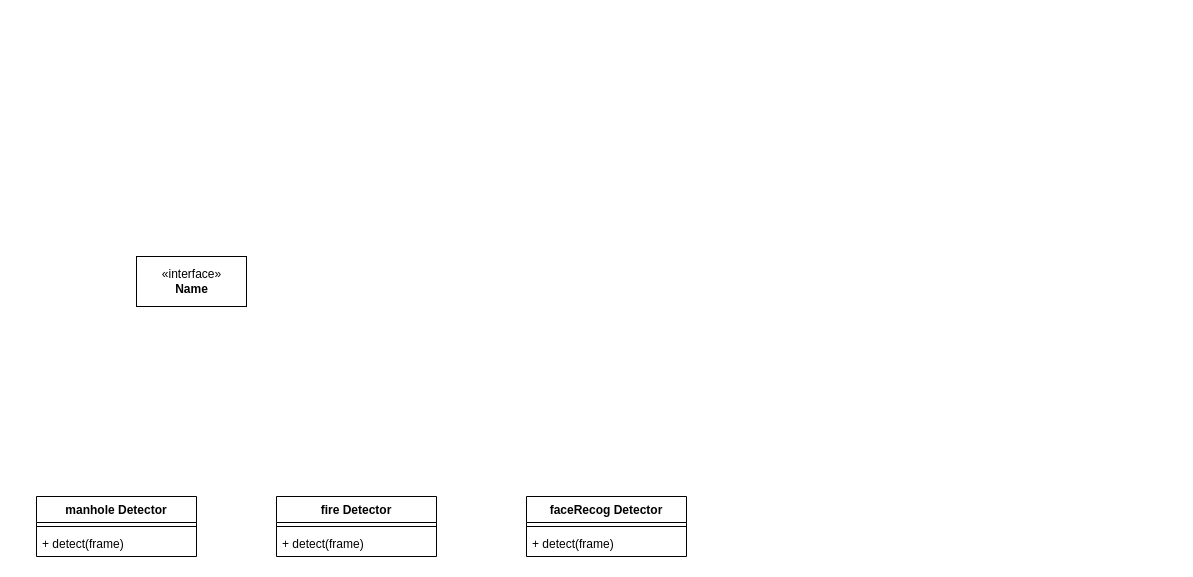
Above: 未命名绘图.drawio in GithubWangXiaoXi/draw-io (draw.io), before the change. Source tidied: cells renumbered, new cells numbered last; positions are measured from the earlier drawing's top-left corner, leaving out a move shared by most shapes. Both pictures are drawn from the tidied source at 100%, with x=0, y=0 at pixel (36, 256).
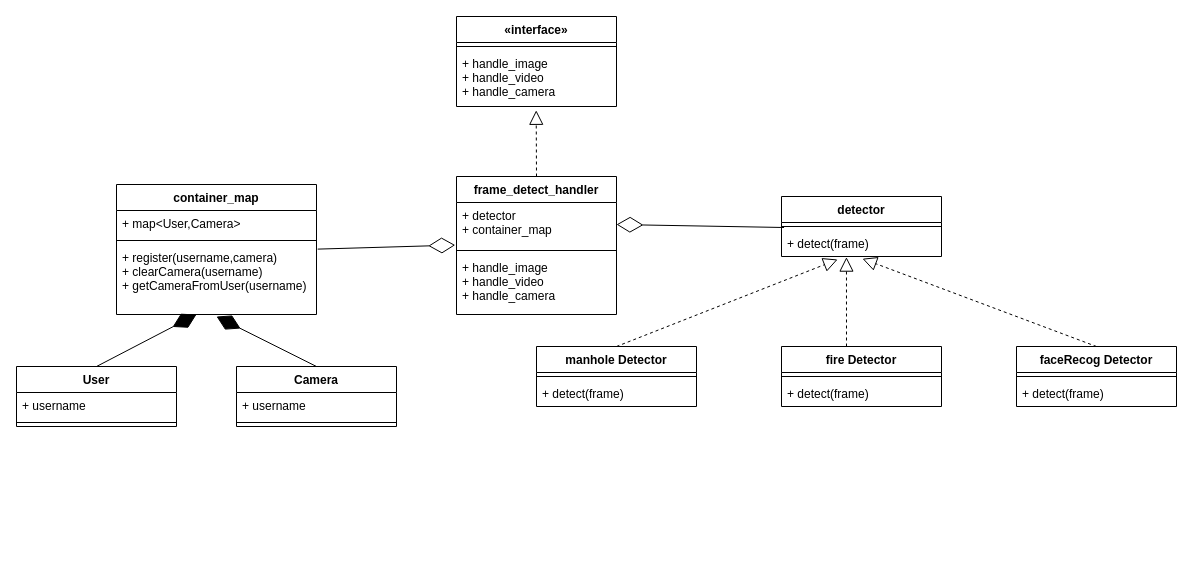
The same page after the edit.

Commit message (it also covers changes not shown here):
更新未命名绘图.drawio

Change to the diagram source:
```diff
@@
     <mxCell id="2" value="manhole Detector" style="swimlane;fontStyle=1;align=center;verticalAlign=top;horizontal=1;startSize=26;" parent="1" vertex="1">
-      <mxGeometry y="240" width="160" height="60" as="geometry" />
+      <mxGeometry x="500" y="90" width="160" height="60" as="geometry" />
     </mxCell>
@@
     <mxCell id="5" value="fire Detector" style="swimlane;fontStyle=1;align=center;verticalAlign=top;horizontal=1;startSize=26;" parent="1" vertex="1">
-      <mxGeometry x="240" y="240" width="160" height="60" as="geometry" />
+      <mxGeometry x="745" y="90" width="160" height="60" as="geometry" />
     </mxCell>
@@
     <mxCell id="8" value="faceRecog Detector" style="swimlane;fontStyle=1;align=center;verticalAlign=top;horizontal=1;startSize=26;" parent="1" vertex="1">
-      <mxGeometry x="490" y="240" width="160" height="60" as="geometry" />
+      <mxGeometry x="980" y="90" width="160" height="60" as="geometry" />
     </mxCell>
@@
-    <mxCell id="11" value="&amp;laquo;interface&amp;raquo;&lt;br&gt;&lt;b&gt;Name&lt;/b&gt;" style="html=1;" parent="1" vertex="1">
-      <mxGeometry x="100" width="110" height="50" as="geometry" />
-    </mxCell>
+    <mxCell id="12" value="«interface»&#10;" style="swimlane;fontStyle=1;align=center;verticalAlign=top;horizontal=1;startSize=26;" parent="1" vertex="1">
+      <mxGeometry x="420" y="-240" width="160" height="90" as="geometry" />
+    </mxCell>
+    <mxCell id="13" style="line;strokeWidth=1;fillColor=none;align=left;verticalAlign=middle;spacingTop=-1;spacingLeft=3;spacingRight=3;labelPosition=right;strokeColor=inherit;" parent="12" vertex="1">
+      <mxGeometry y="26" width="160" height="8" as="geometry" />
+    </mxCell>
+    <mxCell id="14" value="+ handle_image&#10;+ handle_video&#10;+ handle_camera" style="text;strokeColor=none;fillColor=none;align=left;verticalAlign=top;spacingLeft=4;spacingRight=4;overflow=hidden;" parent="12" vertex="1">
+      <mxGeometry y="34" width="160" height="56" as="geometry" />
+    </mxCell>
+    <mxCell id="15" style="endArrow=block;dashed=1;endFill=0;endSize=12;html=1;rounded=0;entryX=0.492;entryY=1.068;entryDx=0;entryDy=0;entryPerimeter=0;" parent="1" edge="1">
+      <mxGeometry relative="1" as="geometry">
+        <mxPoint x="500" y="-80" as="sourcePoint" />
+        <mxPoint x="499.7" y="-146.2" as="targetPoint" />
+      </mxGeometry>
+    </mxCell>
+    <mxCell id="16" value="detector" style="swimlane;fontStyle=1;align=center;verticalAlign=top;horizontal=1;startSize=26;" parent="1" vertex="1">
+      <mxGeometry x="745" y="-60" width="160" height="60" as="geometry" />
+    </mxCell>
+    <mxCell id="17" style="line;strokeWidth=1;fillColor=none;align=left;verticalAlign=middle;spacingTop=-1;spacingLeft=3;spacingRight=3;labelPosition=right;points=[];portConstraint=eastwest;strokeColor=inherit;" parent="16" vertex="1">
+      <mxGeometry y="26" width="160" height="8" as="geometry" />
+    </mxCell>
+    <mxCell id="18" value="+ detect(frame)" style="text;strokeColor=none;fillColor=none;align=left;verticalAlign=top;spacingLeft=4;spacingRight=4;overflow=hidden;points=[[0,0.5],[1,0.5]];portConstraint=eastwest;" parent="16" vertex="1">
+      <mxGeometry y="34" width="160" height="26" as="geometry" />
+    </mxCell>
+    <mxCell id="19" value="frame_detect_handler" style="swimlane;fontStyle=1;align=center;verticalAlign=top;horizontal=1;startSize=26;" parent="1" vertex="1">
+      <mxGeometry x="420" y="-80" width="160" height="138" as="geometry" />
+    </mxCell>
+    <mxCell id="20" value="+ detector&#10;+ container_map" style="text;strokeColor=none;fillColor=none;align=left;verticalAlign=top;spacingLeft=4;spacingRight=4;overflow=hidden;points=[[0,0.5],[1,0.5]];portConstraint=eastwest;" parent="19" vertex="1">
+      <mxGeometry y="26" width="160" height="44" as="geometry" />
+    </mxCell>
+    <mxCell id="21" style="line;strokeWidth=1;fillColor=none;align=left;verticalAlign=middle;spacingTop=-1;spacingLeft=3;spacingRight=3;labelPosition=right;strokeColor=inherit;" parent="19" vertex="1">
+      <mxGeometry y="70" width="160" height="8" as="geometry" />
+    </mxCell>
+    <mxCell id="22" value="+ handle_image&#10;+ handle_video&#10;+ handle_camera" style="text;strokeColor=none;fillColor=none;align=left;verticalAlign=top;spacingLeft=4;spacingRight=4;overflow=hidden;" parent="19" vertex="1">
+      <mxGeometry y="78" width="160" height="60" as="geometry" />
+    </mxCell>
+    <mxCell id="23" style="endArrow=block;dashed=1;endFill=0;endSize=12;html=1;rounded=0;entryX=0.351;entryY=1.115;entryDx=0;entryDy=0;entryPerimeter=0;exitX=0.5;exitY=0;exitDx=0;exitDy=0;" parent="1" edge="1" source="2" target="18">
+      <mxGeometry relative="1" as="geometry" />
+    </mxCell>
+    <mxCell id="24" style="endArrow=block;dashed=1;endFill=0;endSize=12;html=1;rounded=0;entryX=0.406;entryY=1.023;entryDx=0;entryDy=0;entryPerimeter=0;" parent="1" edge="1" target="18">
+      <mxGeometry relative="1" as="geometry">
+        <mxPoint x="810" y="90" as="sourcePoint" />
+      </mxGeometry>
+    </mxCell>
+    <mxCell id="25" style="endArrow=block;dashed=1;endFill=0;endSize=12;html=1;rounded=0;exitX=0.5;exitY=0;exitDx=0;exitDy=0;entryX=0.506;entryY=1.085;entryDx=0;entryDy=0;entryPerimeter=0;" parent="1" edge="1" source="8" target="18">
+      <mxGeometry relative="1" as="geometry" />
+    </mxCell>
+    <mxCell id="26" style="endArrow=diamondThin;endFill=0;endSize=24;html=1;rounded=0;exitX=0.016;exitY=0.625;exitDx=0;exitDy=0;exitPerimeter=0;entryX=1;entryY=0.5;entryDx=0;entryDy=0;" parent="1" edge="1" source="17" target="20">
+      <mxGeometry relative="1" as="geometry" />
+    </mxCell>
+    <mxCell id="27" value="User" style="swimlane;fontStyle=1;align=center;verticalAlign=top;horizontal=1;startSize=26;" parent="1" vertex="1">
+      <mxGeometry x="-20" y="110" width="160" height="60" as="geometry" />
+    </mxCell>
+    <mxCell id="28" value="+ username" style="text;strokeColor=none;fillColor=none;align=left;verticalAlign=top;spacingLeft=4;spacingRight=4;overflow=hidden;" parent="27" vertex="1">
+      <mxGeometry y="26" width="160" height="26" as="geometry" />
+    </mxCell>
+    <mxCell id="29" style="line;strokeWidth=1;fillColor=none;align=left;verticalAlign=middle;spacingTop=-1;spacingLeft=3;spacingRight=3;labelPosition=right;strokeColor=inherit;" parent="27" vertex="1">
+      <mxGeometry y="52" width="160" height="8" as="geometry" />
+    </mxCell>
+    <mxCell id="30" value="container_map" style="swimlane;fontStyle=1;align=center;verticalAlign=top;horizontal=1;startSize=26;" parent="1" vertex="1">
+      <mxGeometry x="80" y="-72" width="200" height="130" as="geometry" />
+    </mxCell>
+    <mxCell id="31" value="+ map&lt;User,Camera&gt; " style="text;strokeColor=none;fillColor=none;align=left;verticalAlign=top;spacingLeft=4;spacingRight=4;overflow=hidden;" parent="30" vertex="1">
+      <mxGeometry y="26" width="200" height="26" as="geometry" />
+    </mxCell>
+    <mxCell id="32" style="line;strokeWidth=1;fillColor=none;align=left;verticalAlign=middle;spacingTop=-1;spacingLeft=3;spacingRight=3;labelPosition=right;strokeColor=inherit;" parent="30" vertex="1">
+      <mxGeometry y="52" width="200" height="8" as="geometry" />
+    </mxCell>
+    <mxCell id="33" value="+ register(username,camera)&#10;+ clearCamera(username)&#10;+ getCameraFromUser(username)" style="text;strokeColor=none;fillColor=none;align=left;verticalAlign=top;spacingLeft=4;spacingRight=4;overflow=hidden;points=[[0,0.5],[1,0.5]];portConstraint=eastwest;" parent="30" vertex="1">
+      <mxGeometry y="60" width="200" height="70" as="geometry" />
+    </mxCell>
+    <mxCell id="34" value="Camera" style="swimlane;fontStyle=1;align=center;verticalAlign=top;horizontal=1;startSize=26;" parent="1" vertex="1">
+      <mxGeometry x="200" y="110" width="160" height="60" as="geometry" />
+    </mxCell>
+    <mxCell id="35" value="+ username" style="text;strokeColor=none;fillColor=none;align=left;verticalAlign=top;spacingLeft=4;spacingRight=4;overflow=hidden;" parent="34" vertex="1">
+      <mxGeometry y="26" width="160" height="26" as="geometry" />
+    </mxCell>
+    <mxCell id="36" style="line;strokeWidth=1;fillColor=none;align=left;verticalAlign=middle;spacingTop=-1;spacingLeft=3;spacingRight=3;labelPosition=right;strokeColor=inherit;" parent="34" vertex="1">
+      <mxGeometry y="52" width="160" height="8" as="geometry" />
+    </mxCell>
+    <mxCell id="37" style="endArrow=diamondThin;endFill=0;endSize=24;html=1;rounded=0;entryX=-0.008;entryY=0.968;entryDx=0;entryDy=0;entryPerimeter=0;exitX=1.006;exitY=0.066;exitDx=0;exitDy=0;exitPerimeter=0;" parent="1" edge="1" source="33" target="20">
+      <mxGeometry relative="1" as="geometry" />
+    </mxCell>
+    <mxCell id="38" style="endArrow=diamondThin;endFill=1;endSize=24;html=1;rounded=0;exitX=0.5;exitY=0;exitDx=0;exitDy=0;" parent="1" edge="1" source="34">
+      <mxGeometry relative="1" as="geometry">
+        <mxPoint x="180" y="60" as="targetPoint" />
+      </mxGeometry>
+    </mxCell>
+    <mxCell id="39" style="endArrow=diamondThin;endFill=1;endSize=24;html=1;rounded=0;exitX=0.5;exitY=0;exitDx=0;exitDy=0;" parent="1" edge="1" source="27">
+      <mxGeometry relative="1" as="geometry">
+        <mxPoint x="160" y="58" as="targetPoint" />
+      </mxGeometry>
+    </mxCell>
```
